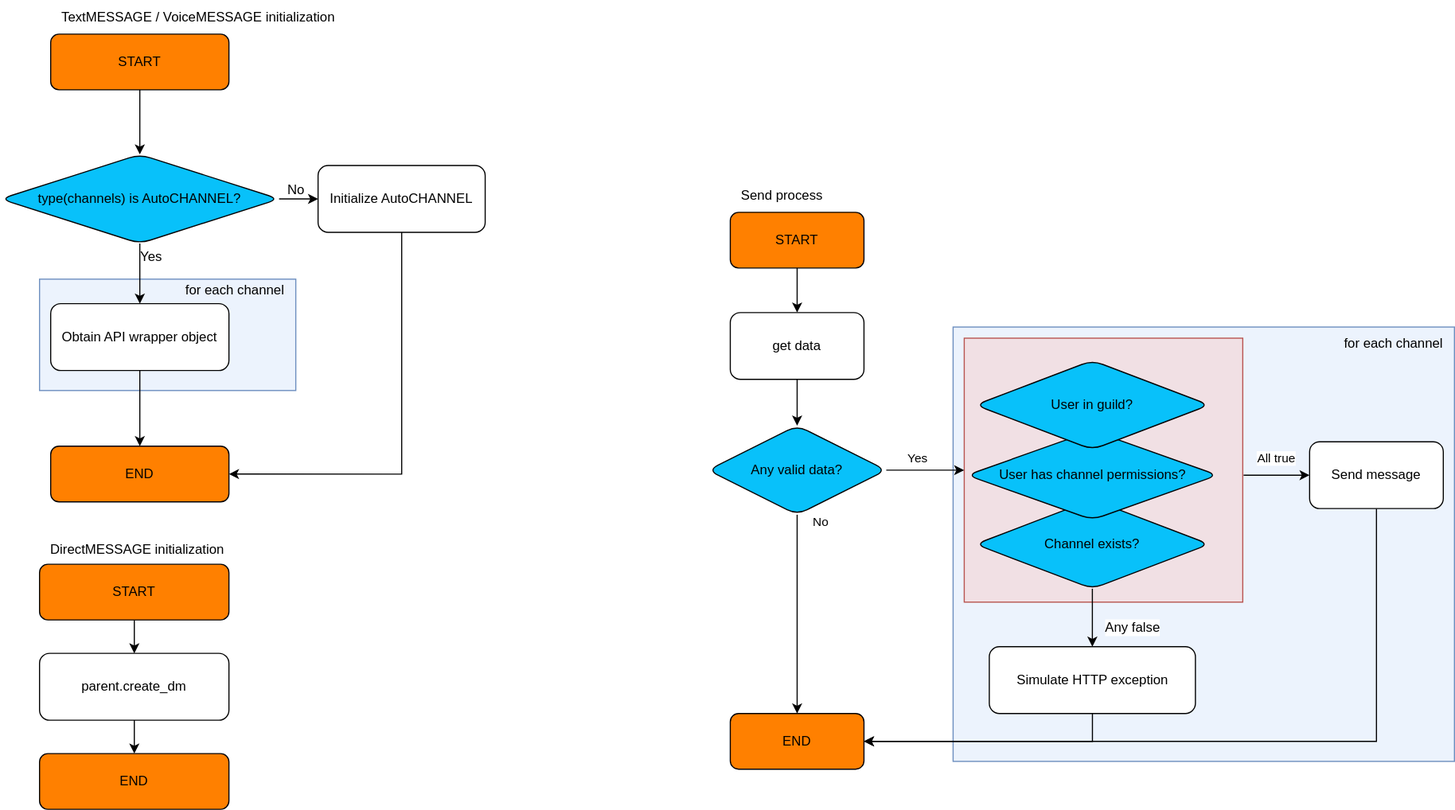
Before: docs/thesis/images/daf-message-process.svg, a diagram exported from draw.io (davidhozic/discord-advertisement-framework). Source tidied: cells renumbered, new cells last; positions are measured from the earlier drawing's top-left corner, leaving out a move shared by most shapes.
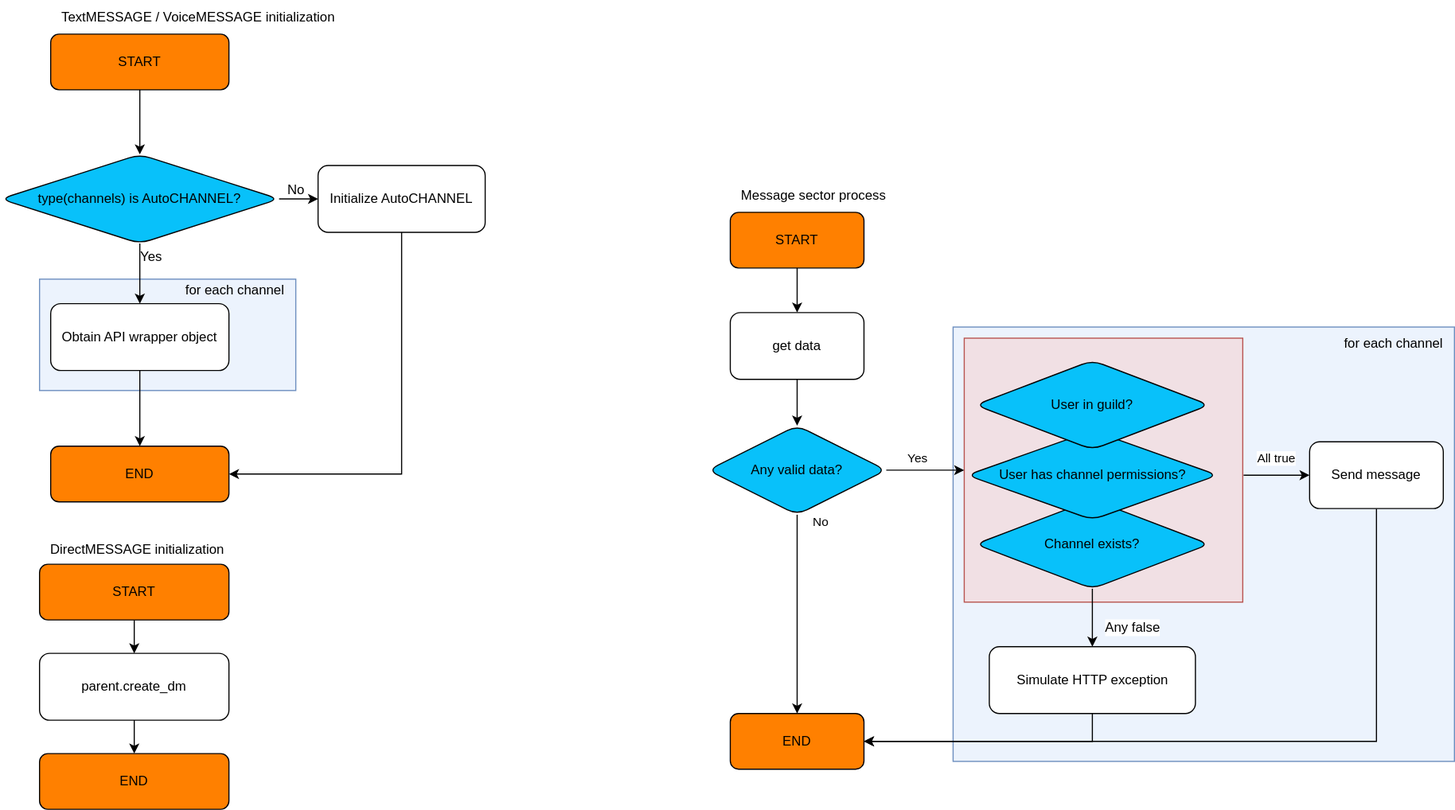
Above is the later version.

The edit, as a diff of the source:
```diff
@@ -75,7 +75,7 @@
     <mxCell id="24" value="END" style="whiteSpace=wrap;html=1;rounded=1;glass=0;strokeWidth=1;shadow=0;fillColor=#FF8000;strokeColor=default;" parent="1" vertex="1">
       <mxGeometry x="655" y="640" width="120" height="50" as="geometry" />
     </mxCell>
-    <mxCell id="25" value="Send process" style="text;html=1;strokeColor=none;fillColor=none;align=left;verticalAlign=middle;whiteSpace=wrap;rounded=0;spacing=10;" parent="1" vertex="1">
+    <mxCell id="25" value="Message sector process" style="text;html=1;strokeColor=none;fillColor=none;align=left;verticalAlign=middle;whiteSpace=wrap;rounded=0;spacing=10;" parent="1" vertex="1">
       <mxGeometry x="655" y="160" width="240" height="30" as="geometry" />
     </mxCell>
     <mxCell id="26" style="edgeStyle=orthogonalEdgeStyle;rounded=0;jettySize=auto;html=1;labelBackgroundColor=none;strokeColor=#000000;startArrow=none;startFill=0;endArrow=classic;endFill=1;" parent="1" edge="1" source="27" target="32">
```
